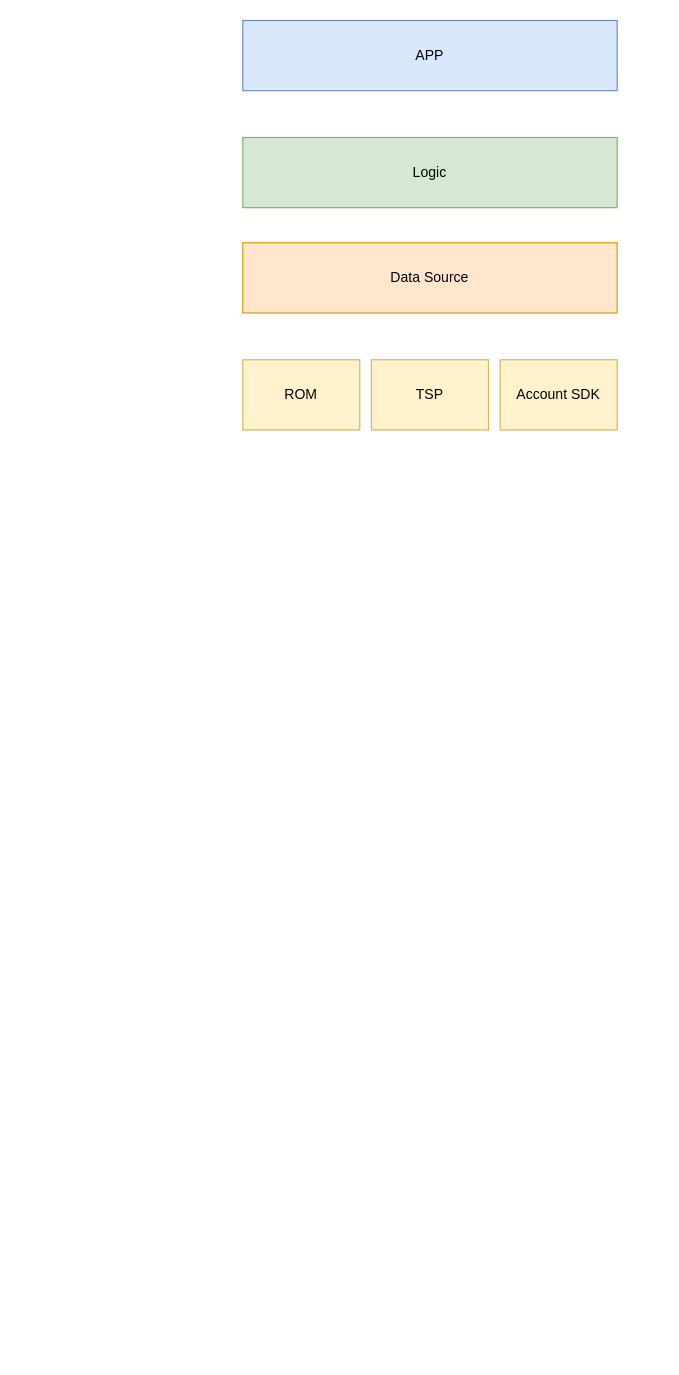
The draw.io diagram appstore.drawio in androidboss/android_uml, before the edit. Source tidied: cells renumbered, new cells numbered last; positions are measured from the earlier drawing's top-left corner, leaving out a move shared by most shapes. Both pictures are drawn from the tidied source at 117%, with x=0, y=0 at pixel (242, 20).
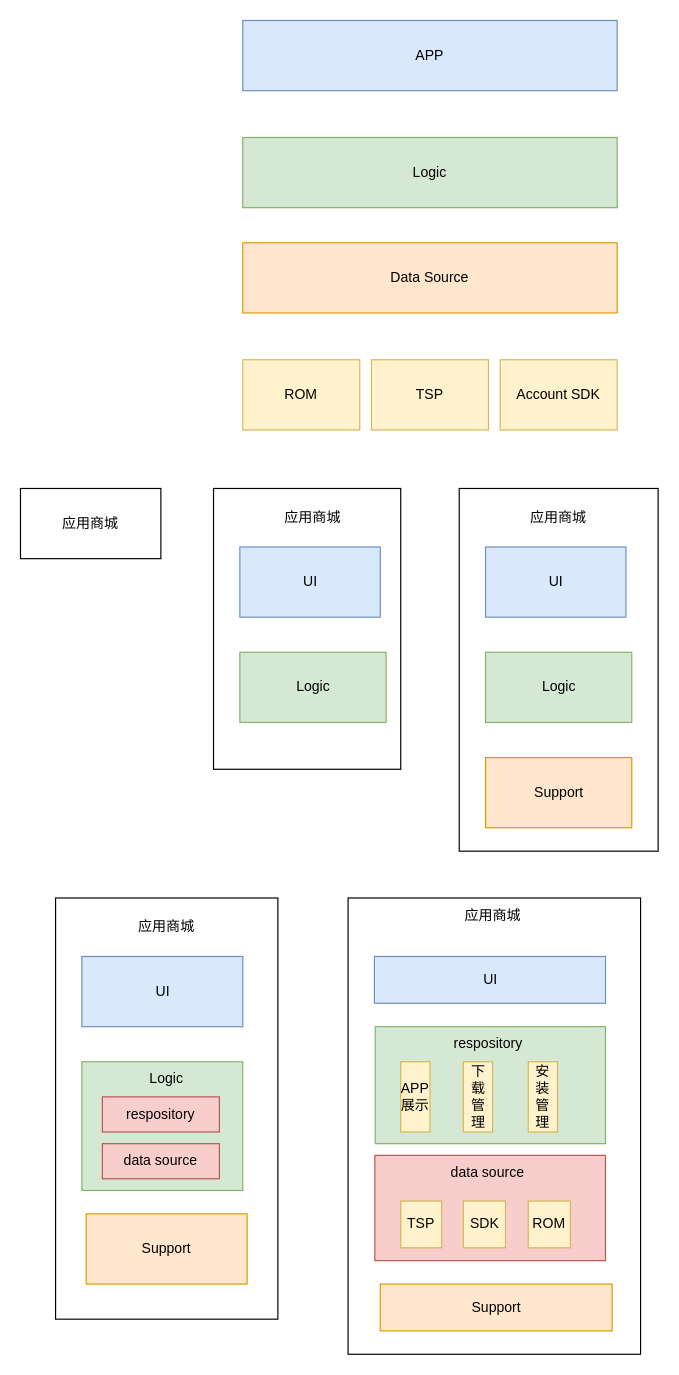
The same page after the edit.

Change to the diagram source:
```diff
@@
+    <mxCell id="8" value="应用商城" style="rounded=0;whiteSpace=wrap;html=1;" parent="1" vertex="1">
+      <mxGeometry x="-190" y="400" width="120" height="60" as="geometry" />
+    </mxCell>
+    <mxCell id="9" style="rounded=0;whiteSpace=wrap;html=1;align=center;" parent="1" vertex="1">
+      <mxGeometry x="-25" y="400" width="160" height="240" as="geometry" />
+    </mxCell>
+    <mxCell id="10" value="UI" style="rounded=0;whiteSpace=wrap;html=1;fillColor=#dae8fc;strokeColor=#6c8ebf;" parent="1" vertex="1">
+      <mxGeometry x="-2.5" y="450" width="120" height="60" as="geometry" />
+    </mxCell>
+    <mxCell id="11" value="Logic" style="rounded=0;whiteSpace=wrap;html=1;fillColor=#d5e8d4;strokeColor=#82b366;" parent="1" vertex="1">
+      <mxGeometry x="-2.5" y="540" width="125" height="60" as="geometry" />
+    </mxCell>
+    <mxCell id="12" value="应用商城" style="text;html=1;strokeColor=none;fillColor=none;align=center;verticalAlign=middle;whiteSpace=wrap;rounded=0;" parent="1" vertex="1">
+      <mxGeometry x="30" y="410" width="60" height="30" as="geometry" />
+    </mxCell>
+    <mxCell id="13" style="rounded=0;whiteSpace=wrap;html=1;align=center;" parent="1" vertex="1">
+      <mxGeometry x="185" y="400" width="170" height="310" as="geometry" />
+    </mxCell>
+    <mxCell id="14" value="UI" style="rounded=0;whiteSpace=wrap;html=1;fillColor=#dae8fc;strokeColor=#6c8ebf;" parent="1" vertex="1">
+      <mxGeometry x="207.5" y="450" width="120" height="60" as="geometry" />
+    </mxCell>
+    <mxCell id="15" value="Logic" style="rounded=0;whiteSpace=wrap;html=1;fillColor=#d5e8d4;strokeColor=#82b366;" parent="1" vertex="1">
+      <mxGeometry x="207.5" y="540" width="125" height="60" as="geometry" />
+    </mxCell>
+    <mxCell id="16" value="应用商城" style="text;html=1;strokeColor=none;fillColor=none;align=center;verticalAlign=middle;whiteSpace=wrap;rounded=0;" parent="1" vertex="1">
+      <mxGeometry x="240" y="410" width="60" height="30" as="geometry" />
+    </mxCell>
+    <mxCell id="17" value="Support" style="rounded=0;whiteSpace=wrap;html=1;fillColor=#ffe6cc;strokeColor=#d79b00;" parent="1" vertex="1">
+      <mxGeometry x="207.5" y="630" width="125" height="60" as="geometry" />
+    </mxCell>
+    <mxCell id="18" style="rounded=0;whiteSpace=wrap;html=1;align=center;" parent="1" vertex="1">
+      <mxGeometry x="-160" y="750" width="190" height="360" as="geometry" />
+    </mxCell>
+    <mxCell id="19" value="UI" style="rounded=0;whiteSpace=wrap;html=1;fillColor=#dae8fc;strokeColor=#6c8ebf;" parent="1" vertex="1">
+      <mxGeometry x="-137.5" y="800" width="137.5" height="60" as="geometry" />
+    </mxCell>
+    <mxCell id="20" style="rounded=0;whiteSpace=wrap;html=1;fillColor=#d5e8d4;strokeColor=#82b366;" parent="1" vertex="1">
+      <mxGeometry x="-137.5" y="890" width="137.5" height="110" as="geometry" />
+    </mxCell>
+    <mxCell id="21" value="应用商城" style="text;html=1;strokeColor=none;fillColor=none;align=center;verticalAlign=middle;whiteSpace=wrap;rounded=0;" parent="1" vertex="1">
+      <mxGeometry x="-95" y="760" width="60" height="30" as="geometry" />
+    </mxCell>
+    <mxCell id="22" value="Support" style="rounded=0;whiteSpace=wrap;html=1;fillColor=#ffe6cc;strokeColor=#d79b00;" parent="1" vertex="1">
+      <mxGeometry x="-133.8" y="1020" width="137.5" height="60" as="geometry" />
+    </mxCell>
+    <mxCell id="23" value="Logic" style="text;html=1;strokeColor=none;fillColor=none;align=center;verticalAlign=middle;whiteSpace=wrap;rounded=0;" parent="1" vertex="1">
+      <mxGeometry x="-95" y="890" width="60" height="30" as="geometry" />
+    </mxCell>
+    <mxCell id="24" value="respository" style="rounded=0;whiteSpace=wrap;html=1;fillColor=#f8cecc;strokeColor=#b85450;" parent="1" vertex="1">
+      <mxGeometry x="-120" y="920" width="100" height="30" as="geometry" />
+    </mxCell>
+    <mxCell id="25" value="data source" style="rounded=0;whiteSpace=wrap;html=1;fillColor=#f8cecc;strokeColor=#b85450;" parent="1" vertex="1">
+      <mxGeometry x="-120" y="960" width="100" height="30" as="geometry" />
+    </mxCell>
+    <mxCell id="26" style="rounded=0;whiteSpace=wrap;html=1;align=center;" parent="1" vertex="1">
+      <mxGeometry x="90" y="750" width="250" height="390" as="geometry" />
+    </mxCell>
+    <mxCell id="27" value="UI" style="rounded=0;whiteSpace=wrap;html=1;fillColor=#dae8fc;strokeColor=#6c8ebf;" parent="1" vertex="1">
+      <mxGeometry x="112.5" y="800" width="197.5" height="40" as="geometry" />
+    </mxCell>
+    <mxCell id="28" value="应用商城" style="text;html=1;strokeColor=none;fillColor=none;align=center;verticalAlign=middle;whiteSpace=wrap;rounded=0;" parent="1" vertex="1">
+      <mxGeometry x="184" y="750" width="60" height="30" as="geometry" />
+    </mxCell>
+    <mxCell id="29" value="Support" style="rounded=0;whiteSpace=wrap;html=1;fillColor=#ffe6cc;strokeColor=#d79b00;" parent="1" vertex="1">
+      <mxGeometry x="117.5" y="1080" width="198.2" height="40" as="geometry" />
+    </mxCell>
+    <mxCell id="30" style="rounded=0;whiteSpace=wrap;html=1;fillColor=#d5e8d4;strokeColor=#82b366;" parent="1" vertex="1">
+      <mxGeometry x="113.2" y="860" width="196.8" height="100" as="geometry" />
+    </mxCell>
+    <mxCell id="31" style="rounded=0;whiteSpace=wrap;html=1;fillColor=#f8cecc;strokeColor=#b85450;" parent="1" vertex="1">
+      <mxGeometry x="112.9" y="970" width="197.1" height="90" as="geometry" />
+    </mxCell>
+    <mxCell id="32" value="respository" style="text;html=1;strokeColor=none;fillColor=none;align=center;verticalAlign=middle;whiteSpace=wrap;rounded=0;" parent="1" vertex="1">
+      <mxGeometry x="180" y="860" width="60" height="30" as="geometry" />
+    </mxCell>
+    <mxCell id="33" value="data source" style="text;html=1;strokeColor=none;fillColor=none;align=center;verticalAlign=middle;whiteSpace=wrap;rounded=0;" parent="1" vertex="1">
+      <mxGeometry x="175" y="970" width="69" height="30" as="geometry" />
+    </mxCell>
+    <mxCell id="34" value="APP展示" style="rounded=0;whiteSpace=wrap;html=1;fillColor=#fff2cc;strokeColor=#d6b656;" parent="1" vertex="1">
+      <mxGeometry x="135" y="890" width="25" height="60" as="geometry" />
+    </mxCell>
+    <mxCell id="35" value="下载管理" style="rounded=0;whiteSpace=wrap;html=1;fillColor=#fff2cc;strokeColor=#d6b656;" parent="1" vertex="1">
+      <mxGeometry x="188.5" y="890" width="25" height="60" as="geometry" />
+    </mxCell>
+    <mxCell id="36" value="安装管理" style="rounded=0;whiteSpace=wrap;html=1;fillColor=#fff2cc;strokeColor=#d6b656;" parent="1" vertex="1">
+      <mxGeometry x="244" y="890" width="25" height="60" as="geometry" />
+    </mxCell>
+    <mxCell id="37" value="TSP" style="rounded=0;whiteSpace=wrap;html=1;fillColor=#fff2cc;strokeColor=#d6b656;" parent="1" vertex="1">
+      <mxGeometry x="135" y="1009" width="35" height="40" as="geometry" />
+    </mxCell>
+    <mxCell id="38" value="SDK" style="rounded=0;whiteSpace=wrap;html=1;fillColor=#fff2cc;strokeColor=#d6b656;" parent="1" vertex="1">
+      <mxGeometry x="188.5" y="1009" width="36" height="40" as="geometry" />
+    </mxCell>
+    <mxCell id="39" value="ROM" style="rounded=0;whiteSpace=wrap;html=1;fillColor=#fff2cc;strokeColor=#d6b656;" parent="1" vertex="1">
+      <mxGeometry x="244" y="1009" width="36" height="40" as="geometry" />
+    </mxCell>
```
